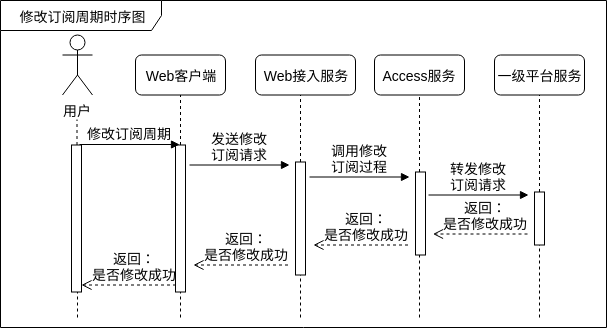
Earlier version of the draw.io export IOTManage/sequence-modifyCycle.png (waterwatermelon/graph). Source tidied: cells renumbered, new cells last; positions are measured from the earlier drawing's top-left corner, leaving out a move shared by most shapes.
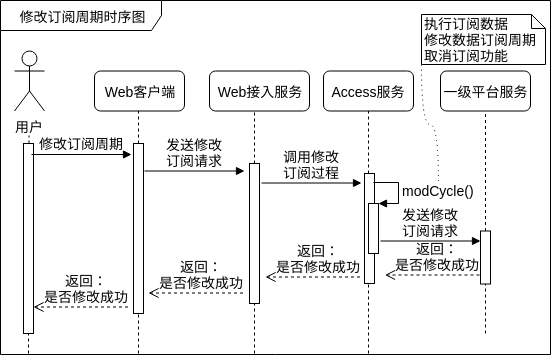
Above is the later version.

What changed in the source:
```diff
@@ -3,17 +3,17 @@
     <mxCell id="0" />
     <mxCell id="1" parent="0" />
     <mxCell id="2" value="&lt;font style=&quot;font-size: 14px&quot;&gt;修改订阅周期时序图&lt;/font&gt;" style="shape=umlFrame;whiteSpace=wrap;html=1;width=161;height=30;" parent="1" vertex="1">
-      <mxGeometry width="606" height="327" as="geometry" />
+      <mxGeometry x="48" y="-16" width="550" height="354" as="geometry" />
     </mxCell>
     <mxCell id="3" value="用户" style="shape=umlActor;verticalLabelPosition=bottom;labelBackgroundColor=#ffffff;verticalAlign=top;html=1;fontSize=14;fontColor=#000000;" parent="1" vertex="1">
       <mxGeometry x="62" y="34.5" width="30" height="60" as="geometry" />
     </mxCell>
     <mxCell id="4" value="Web客户端" style="rounded=1;whiteSpace=wrap;html=1;fontSize=14;fontColor=#000000;" parent="1" vertex="1">
-      <mxGeometry x="135" y="54.5" width="90" height="40" as="geometry" />
+      <mxGeometry x="142" y="54.5" width="90" height="40" as="geometry" />
     </mxCell>
     <mxCell id="5" style="endArrow=none;dashed=1;html=1;fontSize=14;fontColor=#000000;" parent="1" edge="1" source="15">
       <mxGeometry relative="1" as="geometry">
-        <mxPoint x="180" y="94.5" as="targetPoint" />
+        <mxPoint x="186" y="94.5" as="targetPoint" />
       </mxGeometry>
     </mxCell>
     <mxCell id="6" style="endArrow=none;dashed=1;html=1;fontSize=14;fontColor=#000000;" parent="1" edge="1" source="13">
@@ -22,116 +22,135 @@
       </mxGeometry>
     </mxCell>
     <mxCell id="7" value="&lt;span&gt;Web接入服务&lt;/span&gt;" style="rounded=1;whiteSpace=wrap;html=1;fontSize=14;fontColor=#000000;" parent="1" vertex="1">
-      <mxGeometry x="255" y="54.5" width="100" height="40" as="geometry" />
+      <mxGeometry x="257" y="54.5" width="100" height="40" as="geometry" />
     </mxCell>
     <mxCell id="8" style="endArrow=none;dashed=1;html=1;fontSize=14;fontColor=#000000;" parent="1" edge="1" source="19">
       <mxGeometry relative="1" as="geometry">
-        <mxPoint x="300" y="94.5" as="targetPoint" />
+        <mxPoint x="302" y="94.5" as="targetPoint" />
       </mxGeometry>
     </mxCell>
     <mxCell id="9" value="Access服务" style="rounded=1;whiteSpace=wrap;html=1;fontSize=14;fontColor=#000000;" parent="1" vertex="1">
-      <mxGeometry x="374" y="54.5" width="90" height="40" as="geometry" />
+      <mxGeometry x="371" y="54.5" width="90" height="40" as="geometry" />
     </mxCell>
     <mxCell id="10" style="endArrow=none;dashed=1;html=1;fontSize=14;fontColor=#000000;" parent="1" edge="1" source="22">
       <mxGeometry relative="1" as="geometry">
-        <mxPoint x="419" y="94.5" as="targetPoint" />
+        <mxPoint x="416" y="94.5" as="targetPoint" />
       </mxGeometry>
     </mxCell>
     <mxCell id="11" value="一级平台服务" style="rounded=1;whiteSpace=wrap;html=1;fontSize=14;fontColor=#000000;" parent="1" vertex="1">
-      <mxGeometry x="494" y="54.5" width="90" height="40" as="geometry" />
+      <mxGeometry x="488" y="54.5" width="90" height="40" as="geometry" />
     </mxCell>
     <mxCell id="12" style="endArrow=none;dashed=1;html=1;fontSize=14;fontColor=#000000;" parent="1" edge="1" source="24">
       <mxGeometry relative="1" as="geometry">
-        <mxPoint x="539" y="94.5" as="targetPoint" />
+        <mxPoint x="533" y="94.5" as="targetPoint" />
       </mxGeometry>
     </mxCell>
     <mxCell id="13" style="html=1;points=[];perimeter=orthogonalPerimeter;rounded=0;shadow=0;comic=0;labelBackgroundColor=none;strokeColor=#000000;strokeWidth=1;fillColor=#FFFFFF;fontFamily=Verdana;fontSize=14;fontColor=#000000;align=center;" parent="1" vertex="1">
-      <mxGeometry x="71" y="144.5" width="10" height="147" as="geometry" />
+      <mxGeometry x="71" y="127" width="10" height="190" as="geometry" />
     </mxCell>
     <mxCell id="14" style="endArrow=none;dashed=1;html=1;fontSize=14;fontColor=#000000;" parent="1" edge="1" target="13">
       <mxGeometry relative="1" as="geometry">
-        <mxPoint x="77" y="317" as="sourcePoint" />
+        <mxPoint x="76" y="337" as="sourcePoint" />
       </mxGeometry>
     </mxCell>
     <mxCell id="15" style="html=1;points=[];perimeter=orthogonalPerimeter;rounded=0;shadow=0;comic=0;labelBackgroundColor=none;strokeColor=#000000;strokeWidth=1;fillColor=#FFFFFF;fontFamily=Verdana;fontSize=14;fontColor=#000000;align=center;" parent="1" vertex="1">
-      <mxGeometry x="175" y="144.5" width="10" height="147" as="geometry" />
+      <mxGeometry x="181" y="127" width="10" height="170" as="geometry" />
     </mxCell>
     <mxCell id="16" style="endArrow=none;dashed=1;html=1;fontSize=14;fontColor=#000000;" parent="1" edge="1" target="15">
       <mxGeometry relative="1" as="geometry">
-        <mxPoint x="180" y="317" as="sourcePoint" />
+        <mxPoint x="186" y="337" as="sourcePoint" />
       </mxGeometry>
     </mxCell>
     <mxCell id="17" value="&lt;font style=&quot;font-size: 14px&quot;&gt;修改订阅周期&lt;/font&gt;" style="html=1;verticalAlign=bottom;endArrow=block;labelBackgroundColor=none;fontFamily=Verdana;fontSize=14;elbow=vertical;fontColor=#000000;" parent="1" edge="1">
       <mxGeometry relative="1" as="geometry">
-        <mxPoint x="79" y="144" as="sourcePoint" />
-        <mxPoint x="179" y="144" as="targetPoint" />
+        <mxPoint x="79" y="138" as="sourcePoint" />
+        <mxPoint x="179" y="138" as="targetPoint" />
       </mxGeometry>
     </mxCell>
     <mxCell id="18" value="&lt;font style=&quot;font-size: 14px&quot;&gt;发送修改&lt;br&gt;订阅请求&lt;/font&gt;" style="html=1;verticalAlign=bottom;endArrow=block;labelBackgroundColor=none;fontFamily=Verdana;fontSize=14;elbow=vertical;fontColor=#000000;" parent="1" edge="1">
       <mxGeometry relative="1" as="geometry">
-        <mxPoint x="189" y="164.5" as="sourcePoint" />
-        <mxPoint x="289" y="164.5" as="targetPoint" />
+        <mxPoint x="192" y="154.5" as="sourcePoint" />
+        <mxPoint x="292" y="154.5" as="targetPoint" />
       </mxGeometry>
     </mxCell>
     <mxCell id="19" style="html=1;points=[];perimeter=orthogonalPerimeter;rounded=0;shadow=0;comic=0;labelBackgroundColor=none;strokeColor=#000000;strokeWidth=1;fillColor=#FFFFFF;fontFamily=Verdana;fontSize=14;fontColor=#000000;align=center;" parent="1" vertex="1">
-      <mxGeometry x="295" y="161.5" width="10" height="113" as="geometry" />
+      <mxGeometry x="297" y="147" width="10" height="140" as="geometry" />
     </mxCell>
     <mxCell id="20" style="endArrow=none;dashed=1;html=1;fontSize=14;fontColor=#000000;" parent="1" edge="1" target="19">
       <mxGeometry relative="1" as="geometry">
-        <mxPoint x="300" y="317" as="sourcePoint" />
+        <mxPoint x="302" y="337" as="sourcePoint" />
       </mxGeometry>
     </mxCell>
     <mxCell id="21" value="&lt;font style=&quot;font-size: 14px&quot;&gt;调用修改&lt;br&gt;订阅过程&lt;/font&gt;" style="html=1;verticalAlign=bottom;endArrow=block;labelBackgroundColor=none;fontFamily=Verdana;fontSize=14;elbow=vertical;fontColor=#000000;" parent="1" edge="1">
       <mxGeometry relative="1" as="geometry">
-        <mxPoint x="309" y="176.5" as="sourcePoint" />
-        <mxPoint x="409" y="176.5" as="targetPoint" />
+        <mxPoint x="309" y="166.5" as="sourcePoint" />
+        <mxPoint x="409" y="166.5" as="targetPoint" />
       </mxGeometry>
     </mxCell>
     <mxCell id="22" style="html=1;points=[];perimeter=orthogonalPerimeter;rounded=0;shadow=0;comic=0;labelBackgroundColor=none;strokeColor=#000000;strokeWidth=1;fillColor=#FFFFFF;fontFamily=Verdana;fontSize=14;fontColor=#000000;align=center;" parent="1" vertex="1">
-      <mxGeometry x="415" y="171.5" width="10" height="83" as="geometry" />
+      <mxGeometry x="412" y="157" width="10" height="110" as="geometry" />
     </mxCell>
     <mxCell id="23" style="endArrow=none;dashed=1;html=1;fontSize=14;fontColor=#000000;" parent="1" edge="1" target="22">
       <mxGeometry relative="1" as="geometry">
-        <mxPoint x="419" y="317" as="sourcePoint" />
+        <mxPoint x="416" y="337" as="sourcePoint" />
       </mxGeometry>
     </mxCell>
     <mxCell id="24" style="html=1;points=[];perimeter=orthogonalPerimeter;rounded=0;shadow=0;comic=0;labelBackgroundColor=none;strokeColor=#000000;strokeWidth=1;fillColor=#FFFFFF;fontFamily=Verdana;fontSize=14;fontColor=#000000;align=center;" parent="1" vertex="1">
-      <mxGeometry x="534" y="191.5" width="10" height="53" as="geometry" />
+      <mxGeometry x="528" y="214.5" width="10" height="53" as="geometry" />
     </mxCell>
     <mxCell id="25" style="endArrow=none;dashed=1;html=1;fontSize=14;fontColor=#000000;" parent="1" edge="1" target="24">
       <mxGeometry relative="1" as="geometry">
-        <mxPoint x="539" y="317" as="sourcePoint" />
+        <mxPoint x="533" y="317" as="sourcePoint" />
       </mxGeometry>
     </mxCell>
-    <mxCell id="26" value="&lt;font style=&quot;font-size: 14px&quot;&gt;转发修改&lt;br&gt;订阅请求&lt;/font&gt;" style="html=1;verticalAlign=bottom;endArrow=block;labelBackgroundColor=none;fontFamily=Verdana;fontSize=14;elbow=vertical;fontColor=#000000;" parent="1" edge="1">
+    <mxCell id="26" value="&lt;font style=&quot;font-size: 14px&quot;&gt;发送修改&lt;br&gt;订阅请求&lt;/font&gt;" style="html=1;verticalAlign=bottom;endArrow=block;labelBackgroundColor=none;fontFamily=Verdana;fontSize=14;elbow=vertical;fontColor=#000000;" parent="1" edge="1">
       <mxGeometry relative="1" as="geometry">
-        <mxPoint x="428" y="194.5" as="sourcePoint" />
-        <mxPoint x="528" y="194.5" as="targetPoint" />
+        <mxPoint x="428" y="224.5" as="sourcePoint" />
+        <mxPoint x="528" y="224.5" as="targetPoint" />
       </mxGeometry>
     </mxCell>
     <mxCell id="27" value="返回：&lt;br&gt;是否修改成功" style="html=1;verticalAlign=bottom;endArrow=open;dashed=1;endSize=8;labelBackgroundColor=none;fontFamily=Verdana;fontSize=14;fontColor=#000000;" parent="1" edge="1">
       <mxGeometry x="-0.11" relative="1" as="geometry">
-        <mxPoint x="527" y="233.5" as="sourcePoint" />
-        <mxPoint x="432.5" y="233.5" as="targetPoint" />
+        <mxPoint x="527" y="258.5" as="sourcePoint" />
+        <mxPoint x="432.5" y="258.5" as="targetPoint" />
       </mxGeometry>
     </mxCell>
     <mxCell id="28" value="返回：&lt;br&gt;是否修改成功" style="html=1;verticalAlign=bottom;endArrow=open;dashed=1;endSize=8;labelBackgroundColor=none;fontFamily=Verdana;fontSize=14;fontColor=#000000;" parent="1" edge="1">
       <mxGeometry x="-0.11" relative="1" as="geometry">
-        <mxPoint x="407.5" y="244.5" as="sourcePoint" />
-        <mxPoint x="313" y="244.5" as="targetPoint" />
+        <mxPoint x="407.5" y="260.5" as="sourcePoint" />
+        <mxPoint x="313" y="260.5" as="targetPoint" />
       </mxGeometry>
     </mxCell>
     <mxCell id="29" value="返回：&lt;br&gt;是否修改成功" style="html=1;verticalAlign=bottom;endArrow=open;dashed=1;endSize=8;labelBackgroundColor=none;fontFamily=Verdana;fontSize=14;fontColor=#000000;" parent="1" edge="1">
       <mxGeometry x="-0.11" relative="1" as="geometry">
-        <mxPoint x="287.5" y="264.5" as="sourcePoint" />
-        <mxPoint x="193" y="264.5" as="targetPoint" />
+        <mxPoint x="290.5" y="276.5" as="sourcePoint" />
+        <mxPoint x="196" y="276.5" as="targetPoint" />
       </mxGeometry>
     </mxCell>
     <mxCell id="30" value="返回：&lt;br&gt;是否修改成功" style="html=1;verticalAlign=bottom;endArrow=open;dashed=1;endSize=8;labelBackgroundColor=none;fontFamily=Verdana;fontSize=14;fontColor=#000000;" parent="1" edge="1">
       <mxGeometry x="-0.11" relative="1" as="geometry">
-        <mxPoint x="175.5" y="284.5" as="sourcePoint" />
-        <mxPoint x="81" y="284.5" as="targetPoint" />
+        <mxPoint x="175.5" y="290.5" as="sourcePoint" />
+        <mxPoint x="81" y="290.5" as="targetPoint" />
       </mxGeometry>
     </mxCell>
+    <mxCell id="31" style="html=1;points=[];perimeter=orthogonalPerimeter;" parent="1" vertex="1">
+      <mxGeometry x="416" y="187" width="10" height="50" as="geometry" />
+    </mxCell>
+    <mxCell id="32" value="&lt;font style=&quot;font-size: 14px&quot;&gt;modCycle()&lt;/font&gt;" style="edgeStyle=orthogonalEdgeStyle;html=1;align=left;spacingLeft=2;endArrow=block;rounded=0;entryX=1;entryY=0;" parent="1" edge="1" target="31">
+      <mxGeometry relative="1" as="geometry">
+        <mxPoint x="421" y="166" as="sourcePoint" />
+        <Array as="points">
+          <mxPoint x="446" y="166" />
+        </Array>
+      </mxGeometry>
+    </mxCell>
+    <mxCell id="33" style="rounded=0;jettySize=auto;html=1;exitX=0;exitY=1;exitDx=0;exitDy=0;exitPerimeter=0;dashed=1;endArrow=none;endFill=0;dashPattern=1 4;edgeStyle=orthogonalEdgeStyle;elbow=vertical;curved=1;" parent="1" edge="1" source="34">
+      <mxGeometry relative="1" as="geometry">
+        <mxPoint x="486" y="167" as="targetPoint" />
+      </mxGeometry>
+    </mxCell>
+    <mxCell id="34" value="&lt;font style=&quot;font-size: 14px&quot;&gt;执行订阅数据&lt;br&gt;修改数据订阅周期取消订阅功能&lt;/font&gt;" style="shape=note;whiteSpace=wrap;html=1;size=14;verticalAlign=top;align=left;spacingTop=-6;" parent="1" vertex="1">
+      <mxGeometry x="469" y="-2" width="124" height="50" as="geometry" />
+    </mxCell>
   </root>
 </mxGraphModel>
```
